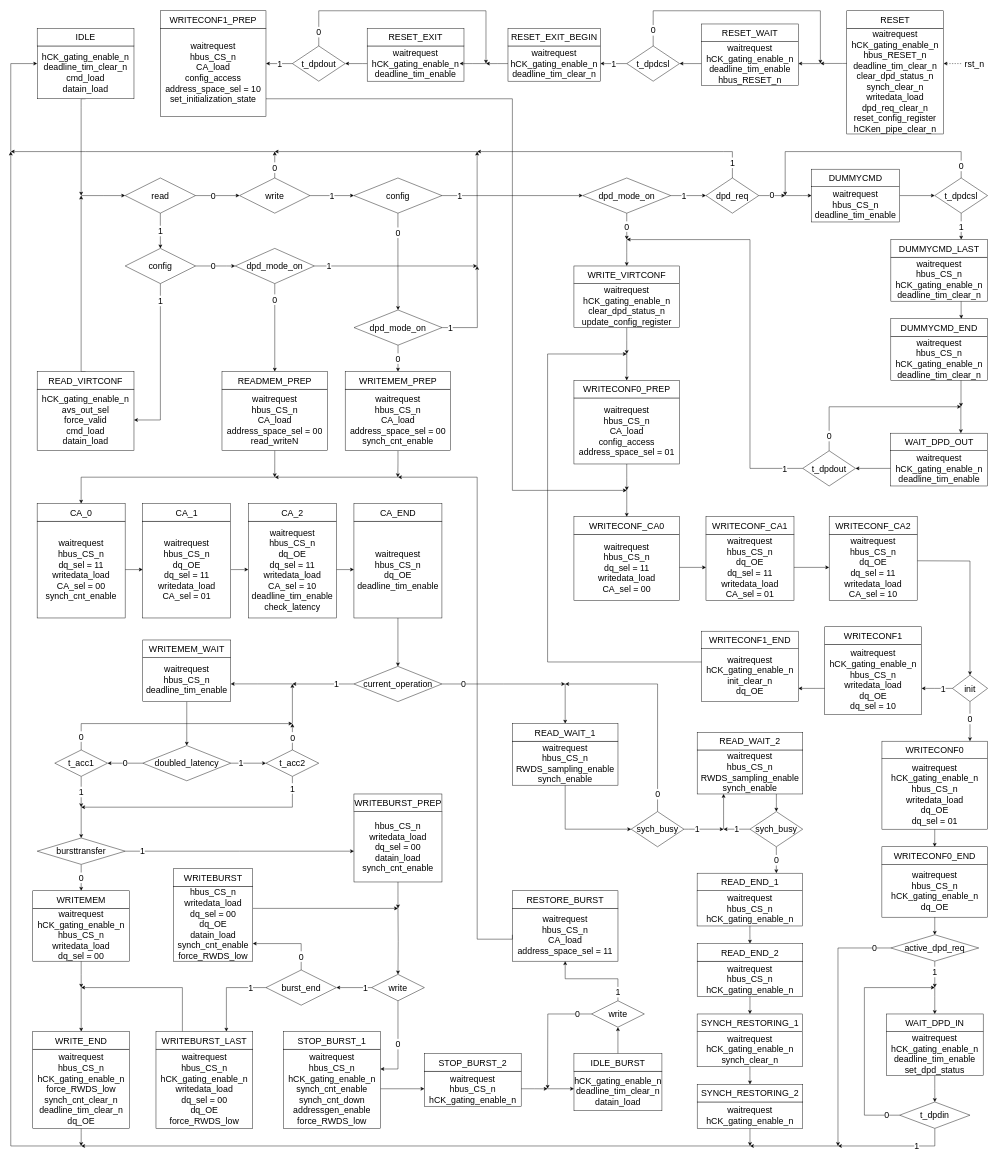
Before: page "FSM" (8 of 9) of hyperram_system/ip/avs_to_hram_converter/schematics/avs_to_hram_converter.drawio in AndreaBononi/Intel_Cyclone10LP_systems, a draw.io diagram. Source tidied: cells renumbered, new cells numbered last; positions are measured from the earlier drawing's top-left corner, leaving out a move shared by most shapes. Both pictures are drawn from the tidied source at 44%, with x=0, y=0 at pixel (11, 11).
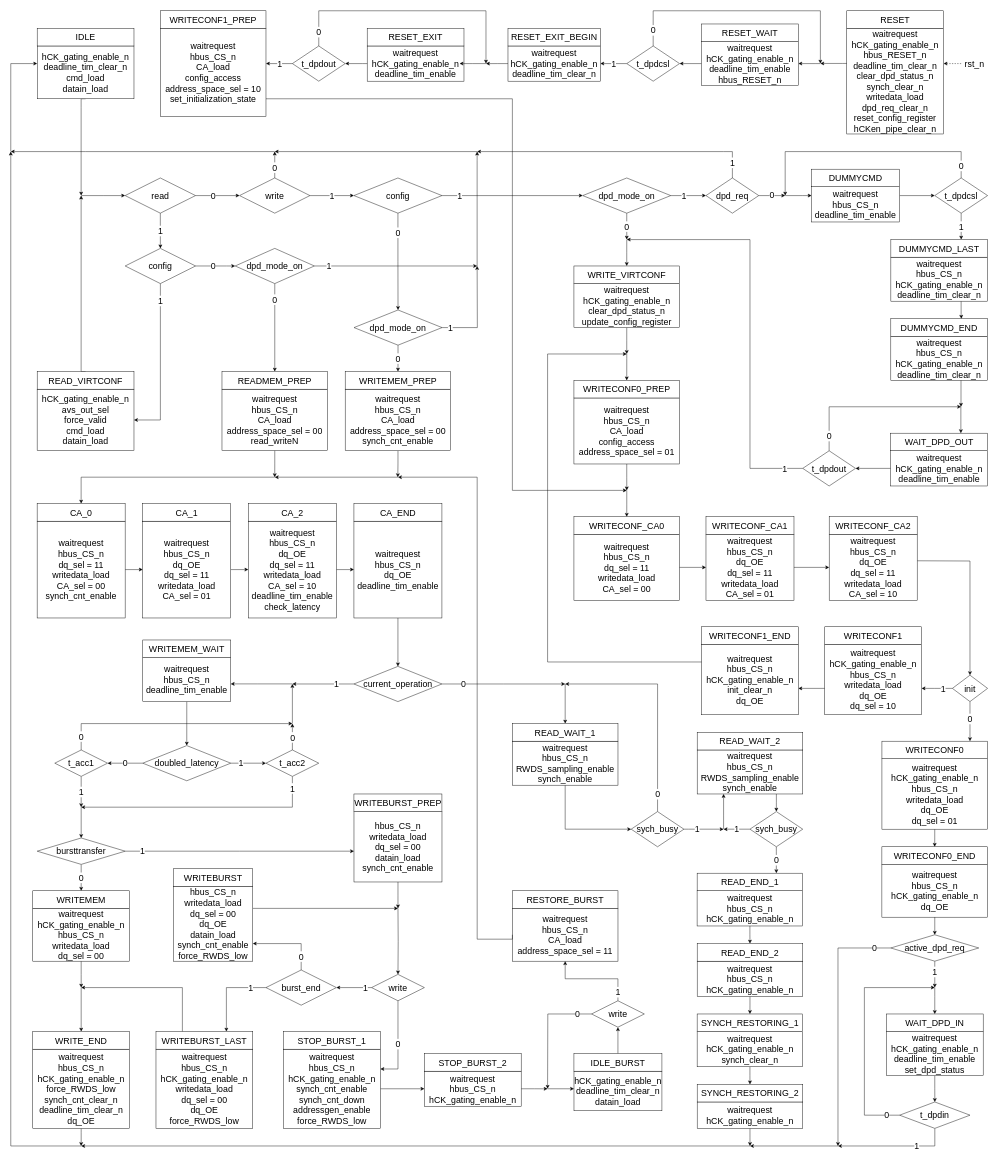
After the change.

Diff of the diagram source:
```diff
@@
-    <mxCell id="215" value="&lt;div style=&quot;font-size: 20px;&quot;&gt;waitrequest&lt;/div&gt;&lt;div style=&quot;font-size: 20px;&quot;&gt;&lt;font style=&quot;font-size: 20px;&quot;&gt;hCK_gating_enable_n&lt;/font&gt;&lt;/div&gt;&lt;div style=&quot;font-size: 20px;&quot;&gt;&lt;font style=&quot;font-size: 20px;&quot;&gt;init_clear_n&lt;br&gt;&lt;/font&gt;&lt;/div&gt;&lt;div&gt;&lt;font style=&quot;font-size: 20px;&quot;&gt;dq_OE&lt;/font&gt;&lt;/div&gt;" style="rounded=0;whiteSpace=wrap;html=1;fontSize=20;" parent="1" vertex="1">
-      <mxGeometry x="1569.8" y="1450" width="220" height="120" as="geometry" />
+    <mxCell id="215" value="&lt;div style=&quot;font-size: 20px;&quot;&gt;waitrequest&lt;/div&gt;&lt;div style=&quot;font-size: 20px;&quot;&gt;&lt;div&gt;&lt;font style=&quot;font-size: 20px;&quot;&gt;hbus_CS_n&lt;/font&gt;&lt;font style=&quot;font-size: 20px;&quot;&gt;&lt;br&gt;&lt;/font&gt;&lt;/div&gt;&lt;/div&gt;&lt;div style=&quot;font-size: 20px;&quot;&gt;&lt;font style=&quot;font-size: 20px;&quot;&gt;hCK_gating_enable_n&lt;/font&gt;&lt;/div&gt;&lt;div style=&quot;font-size: 20px;&quot;&gt;&lt;font style=&quot;font-size: 20px;&quot;&gt;init_clear_n&lt;br&gt;&lt;/font&gt;&lt;/div&gt;&lt;div&gt;&lt;font style=&quot;font-size: 20px;&quot;&gt;dq_OE&lt;/font&gt;&lt;/div&gt;" style="rounded=0;whiteSpace=wrap;html=1;fontSize=20;" parent="1" vertex="1">
+      <mxGeometry x="1569.8" y="1440" width="220" height="160" as="geometry" />
     </mxCell>
     <mxCell id="216" value="WRITECONF1_END" style="rounded=0;whiteSpace=wrap;html=1;fontSize=20;" parent="1" vertex="1">
-      <mxGeometry x="1569.8" y="1410" width="220" height="40" as="geometry" />
+      <mxGeometry x="1569.8" y="1400" width="220" height="40" as="geometry" />
     </mxCell>
```
